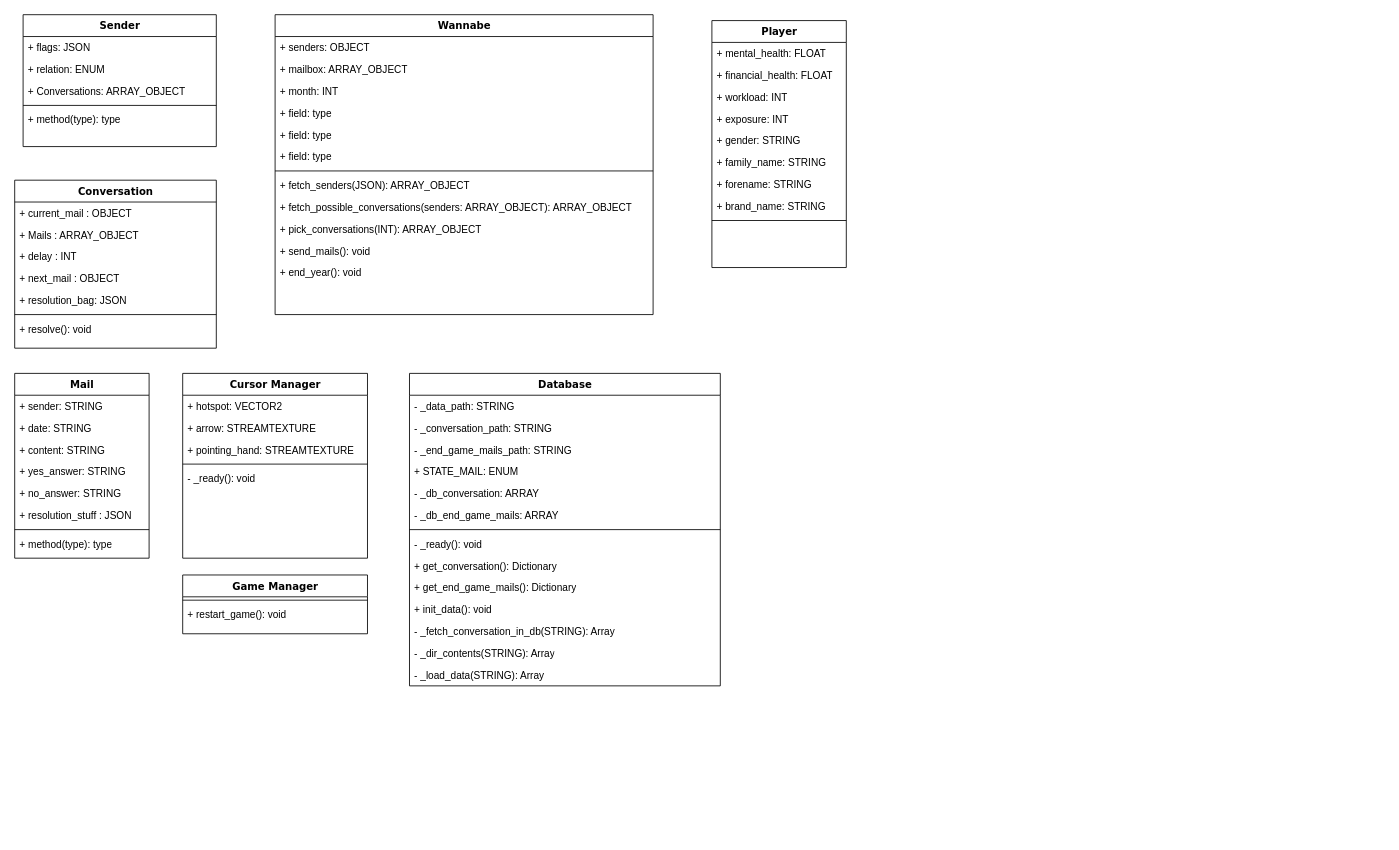
Above: YesMan/Diagramme sans nom.drawio in Daydreel/YesHuman (draw.io), before the change. Source tidied: cells renumbered, new cells numbered last; positions are measured from the earlier drawing's top-left corner, leaving out a move shared by most shapes. Both pictures are drawn from the tidied source at 84%, with x=0, y=0 at pixel (14, 14).
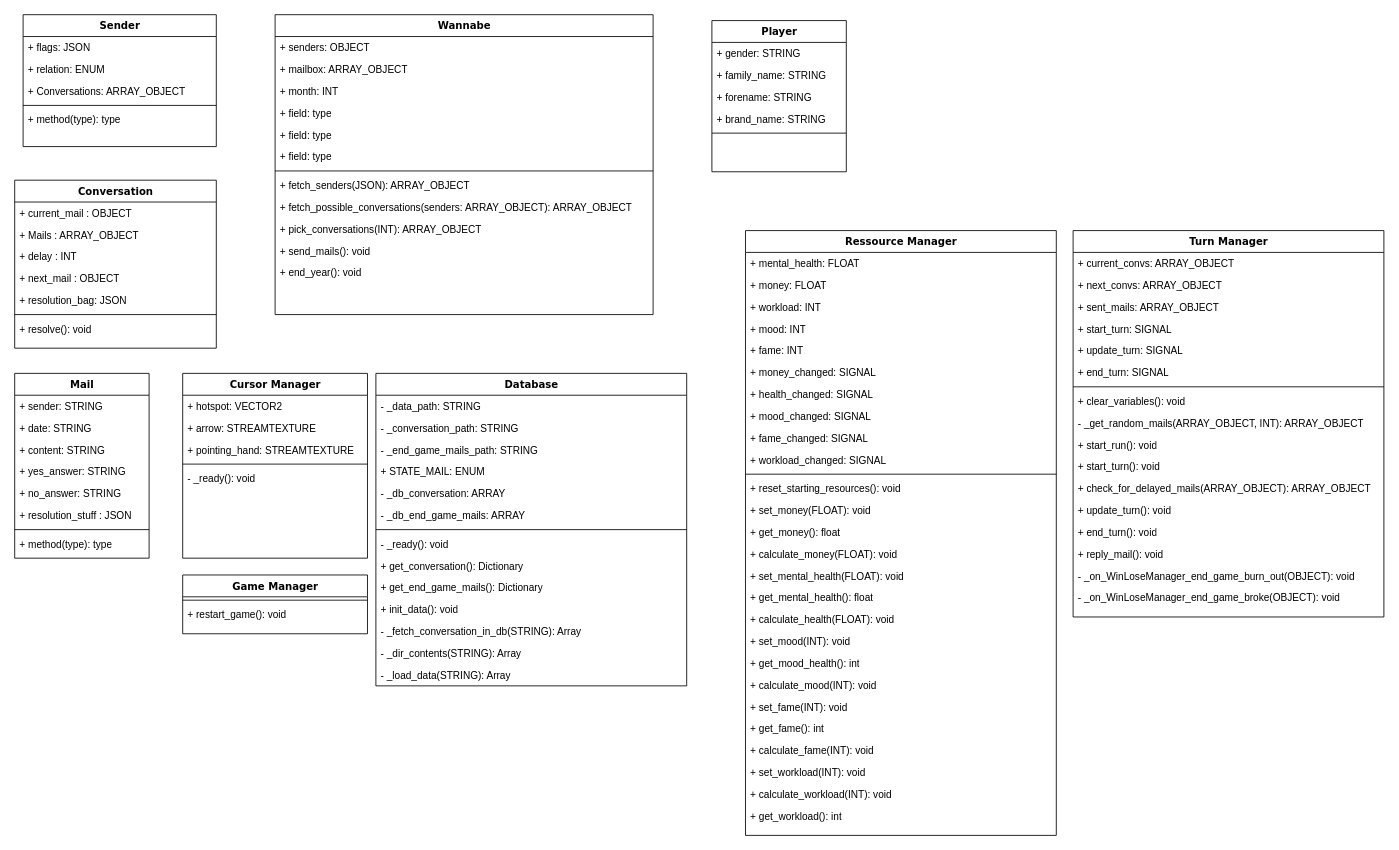
The same diagram, later.

Commit message:
Resource manager + Turn manager in UML

The edit, as a diff of the source:
```diff
@@
     <mxCell id="21" value="Player" style="swimlane;html=1;fontStyle=1;align=center;verticalAlign=top;horizontal=1;startSize=26;swimlaneFillColor=#ffffff;rounded=0;shadow=0;comic=0;labelBackgroundColor=none;strokeWidth=1;fillColor=none;fontFamily=Verdana;fontSize=12;" parent="1" vertex="1">
-      <mxGeometry x="830" y="7" width="160" height="294" as="geometry" />
+      <mxGeometry x="830" y="7" width="160" height="180" as="geometry" />
     </mxCell>
-    <mxCell id="22" value="+ mental_health: FLOAT" style="text;html=1;strokeColor=none;fillColor=none;align=left;verticalAlign=top;spacingLeft=4;spacingRight=4;whiteSpace=wrap;overflow=hidden;" parent="21" vertex="1">
-      <mxGeometry y="26" width="160" height="26" as="geometry" />
-    </mxCell>
-    <mxCell id="23" value="+ financial_health: FLOAT" style="text;html=1;strokeColor=none;fillColor=none;align=left;verticalAlign=top;spacingLeft=4;spacingRight=4;whiteSpace=wrap;overflow=hidden;" parent="21" vertex="1">
-      <mxGeometry y="52" width="160" height="26" as="geometry" />
-    </mxCell>
-    <mxCell id="24" value="+ workload: INT" style="text;html=1;strokeColor=none;fillColor=none;align=left;verticalAlign=top;spacingLeft=4;spacingRight=4;whiteSpace=wrap;overflow=hidden;" parent="21" vertex="1">
-      <mxGeometry y="78" width="160" height="26" as="geometry" />
-    </mxCell>
-    <mxCell id="25" value="+ exposure: INT" style="text;html=1;strokeColor=none;fillColor=none;align=left;verticalAlign=top;spacingLeft=4;spacingRight=4;whiteSpace=wrap;overflow=hidden;" parent="21" vertex="1">
-      <mxGeometry y="104" width="160" height="26" as="geometry" />
-    </mxCell>
     <mxCell id="26" value="+ gender: STRING" style="text;html=1;strokeColor=none;fillColor=none;align=left;verticalAlign=top;spacingLeft=4;spacingRight=4;whiteSpace=wrap;overflow=hidden;" parent="21" vertex="1">
-      <mxGeometry y="130" width="160" height="26" as="geometry" />
+      <mxGeometry y="26" width="160" height="26" as="geometry" />
     </mxCell>
     <mxCell id="27" value="+ family_name: STRING" style="text;html=1;strokeColor=none;fillColor=none;align=left;verticalAlign=top;spacingLeft=4;spacingRight=4;whiteSpace=wrap;overflow=hidden;" parent="21" vertex="1">
-      <mxGeometry y="156" width="160" height="26" as="geometry" />
+      <mxGeometry y="52" width="160" height="26" as="geometry" />
     </mxCell>
     <mxCell id="28" value="+ forename: STRING" style="text;html=1;strokeColor=none;fillColor=none;align=left;verticalAlign=top;spacingLeft=4;spacingRight=4;whiteSpace=wrap;overflow=hidden;" parent="21" vertex="1">
-      <mxGeometry y="182" width="160" height="26" as="geometry" />
+      <mxGeometry y="78" width="160" height="26" as="geometry" />
     </mxCell>
     <mxCell id="29" value="+ brand_name: STRING" style="text;html=1;strokeColor=none;fillColor=none;align=left;verticalAlign=top;spacingLeft=4;spacingRight=4;whiteSpace=wrap;overflow=hidden;" parent="21" vertex="1">
-      <mxGeometry y="208" width="160" height="26" as="geometry" />
+      <mxGeometry y="104" width="160" height="26" as="geometry" />
     </mxCell>
     <mxCell id="30" style="line;html=1;strokeWidth=1;fillColor=none;align=left;verticalAlign=middle;spacingTop=-1;spacingLeft=3;spacingRight=3;labelPosition=right;" parent="21" vertex="1">
-      <mxGeometry y="234" width="160" height="8" as="geometry" />
+      <mxGeometry y="130" width="160" height="8" as="geometry" />
     </mxCell>
@@
     <mxCell id="54" value="Database" style="swimlane;html=1;fontStyle=1;align=center;verticalAlign=top;horizontal=1;startSize=26;swimlaneFillColor=#ffffff;rounded=0;shadow=0;comic=0;labelBackgroundColor=none;strokeWidth=1;fillColor=none;fontFamily=Verdana;fontSize=12;" parent="1" vertex="1">
-      <mxGeometry x="470" y="427" width="370" height="372" as="geometry" />
+      <mxGeometry x="430" y="427" width="370" height="372" as="geometry" />
     </mxCell>
@@
+    <mxCell id="72" value="Ressource Manager" style="swimlane;html=1;fontStyle=1;align=center;verticalAlign=top;horizontal=1;startSize=26;swimlaneFillColor=#ffffff;rounded=0;shadow=0;comic=0;labelBackgroundColor=none;strokeWidth=1;fillColor=none;fontFamily=Verdana;fontSize=12;" parent="1" vertex="1">
+      <mxGeometry x="870" y="257" width="370" height="720" as="geometry" />
+    </mxCell>
+    <mxCell id="22" value="+ mental_health: FLOAT" style="text;html=1;strokeColor=none;fillColor=none;align=left;verticalAlign=top;spacingLeft=4;spacingRight=4;whiteSpace=wrap;overflow=hidden;" parent="72" vertex="1">
+      <mxGeometry y="26" width="370" height="26" as="geometry" />
+    </mxCell>
+    <mxCell id="73" value="+ money: FLOAT" style="text;html=1;strokeColor=none;fillColor=none;align=left;verticalAlign=top;spacingLeft=4;spacingRight=4;whiteSpace=wrap;overflow=hidden;" parent="72" vertex="1">
+      <mxGeometry y="52" width="370" height="26" as="geometry" />
+    </mxCell>
+    <mxCell id="24" value="+ workload: INT" style="text;html=1;strokeColor=none;fillColor=none;align=left;verticalAlign=top;spacingLeft=4;spacingRight=4;whiteSpace=wrap;overflow=hidden;" parent="72" vertex="1">
+      <mxGeometry y="78" width="370" height="26" as="geometry" />
+    </mxCell>
+    <mxCell id="74" value="+ mood: INT" style="text;html=1;strokeColor=none;fillColor=none;align=left;verticalAlign=top;spacingLeft=4;spacingRight=4;whiteSpace=wrap;overflow=hidden;" parent="72" vertex="1">
+      <mxGeometry y="104" width="370" height="26" as="geometry" />
+    </mxCell>
+    <mxCell id="75" value="+ fame: INT" style="text;html=1;strokeColor=none;fillColor=none;align=left;verticalAlign=top;spacingLeft=4;spacingRight=4;whiteSpace=wrap;overflow=hidden;" parent="72" vertex="1">
+      <mxGeometry y="130" width="370" height="26" as="geometry" />
+    </mxCell>
+    <mxCell id="76" value="+ money_changed: SIGNAL" style="text;html=1;strokeColor=none;fillColor=none;align=left;verticalAlign=top;spacingLeft=4;spacingRight=4;whiteSpace=wrap;overflow=hidden;" parent="72" vertex="1">
+      <mxGeometry y="156" width="370" height="26" as="geometry" />
+    </mxCell>
+    <mxCell id="77" value="+ health_changed: SIGNAL" style="text;html=1;strokeColor=none;fillColor=none;align=left;verticalAlign=top;spacingLeft=4;spacingRight=4;whiteSpace=wrap;overflow=hidden;" parent="72" vertex="1">
+      <mxGeometry y="182" width="370" height="26" as="geometry" />
+    </mxCell>
+    <mxCell id="78" value="+ mood_changed: SIGNAL" style="text;html=1;strokeColor=none;fillColor=none;align=left;verticalAlign=top;spacingLeft=4;spacingRight=4;whiteSpace=wrap;overflow=hidden;" parent="72" vertex="1">
+      <mxGeometry y="208" width="370" height="26" as="geometry" />
+    </mxCell>
+    <mxCell id="79" value="+ fame_changed: SIGNAL" style="text;html=1;strokeColor=none;fillColor=none;align=left;verticalAlign=top;spacingLeft=4;spacingRight=4;whiteSpace=wrap;overflow=hidden;" parent="72" vertex="1">
+      <mxGeometry y="234" width="370" height="26" as="geometry" />
+    </mxCell>
+    <mxCell id="80" value="+ workload_changed: SIGNAL" style="text;html=1;strokeColor=none;fillColor=none;align=left;verticalAlign=top;spacingLeft=4;spacingRight=4;whiteSpace=wrap;overflow=hidden;" parent="72" vertex="1">
+      <mxGeometry y="260" width="370" height="26" as="geometry" />
+    </mxCell>
+    <mxCell id="81" style="line;html=1;strokeWidth=1;fillColor=none;align=left;verticalAlign=middle;spacingTop=-1;spacingLeft=3;spacingRight=3;labelPosition=right;" parent="72" vertex="1">
+      <mxGeometry y="286" width="370" height="8" as="geometry" />
+    </mxCell>
+    <mxCell id="82" value="+ reset_starting_resources(): void" style="text;html=1;strokeColor=none;fillColor=none;align=left;verticalAlign=top;spacingLeft=4;spacingRight=4;whiteSpace=wrap;overflow=hidden;" parent="72" vertex="1">
+      <mxGeometry y="294" width="370" height="26" as="geometry" />
+    </mxCell>
+    <mxCell id="83" value="+ set_money(FLOAT): void" style="text;html=1;strokeColor=none;fillColor=none;align=left;verticalAlign=top;spacingLeft=4;spacingRight=4;whiteSpace=wrap;overflow=hidden;" parent="72" vertex="1">
+      <mxGeometry y="320" width="370" height="26" as="geometry" />
+    </mxCell>
+    <mxCell id="84" value="+ get_money(): float" style="text;html=1;strokeColor=none;fillColor=none;align=left;verticalAlign=top;spacingLeft=4;spacingRight=4;whiteSpace=wrap;overflow=hidden;" parent="72" vertex="1">
+      <mxGeometry y="346" width="370" height="26" as="geometry" />
+    </mxCell>
+    <mxCell id="85" value="+ calculate_money(FLOAT): void" style="text;html=1;strokeColor=none;fillColor=none;align=left;verticalAlign=top;spacingLeft=4;spacingRight=4;whiteSpace=wrap;overflow=hidden;" parent="72" vertex="1">
+      <mxGeometry y="372" width="370" height="26" as="geometry" />
+    </mxCell>
+    <mxCell id="86" value="+ set_mental_health(FLOAT): void" style="text;html=1;strokeColor=none;fillColor=none;align=left;verticalAlign=top;spacingLeft=4;spacingRight=4;whiteSpace=wrap;overflow=hidden;" parent="72" vertex="1">
+      <mxGeometry y="398" width="370" height="26" as="geometry" />
+    </mxCell>
+    <mxCell id="87" value="+ get_mental_health(): float" style="text;html=1;strokeColor=none;fillColor=none;align=left;verticalAlign=top;spacingLeft=4;spacingRight=4;whiteSpace=wrap;overflow=hidden;" parent="72" vertex="1">
+      <mxGeometry y="424" width="370" height="26" as="geometry" />
+    </mxCell>
+    <mxCell id="88" value="+ calculate_health(FLOAT): void" style="text;html=1;strokeColor=none;fillColor=none;align=left;verticalAlign=top;spacingLeft=4;spacingRight=4;whiteSpace=wrap;overflow=hidden;" parent="72" vertex="1">
+      <mxGeometry y="450" width="370" height="26" as="geometry" />
+    </mxCell>
+    <mxCell id="89" value="+ set_mood(INT): void" style="text;html=1;strokeColor=none;fillColor=none;align=left;verticalAlign=top;spacingLeft=4;spacingRight=4;whiteSpace=wrap;overflow=hidden;" parent="72" vertex="1">
+      <mxGeometry y="476" width="370" height="26" as="geometry" />
+    </mxCell>
+    <mxCell id="90" value="+ get_mood_health(): int" style="text;html=1;strokeColor=none;fillColor=none;align=left;verticalAlign=top;spacingLeft=4;spacingRight=4;whiteSpace=wrap;overflow=hidden;" parent="72" vertex="1">
+      <mxGeometry y="502" width="370" height="26" as="geometry" />
+    </mxCell>
+    <mxCell id="91" value="+ calculate_mood(INT): void" style="text;html=1;strokeColor=none;fillColor=none;align=left;verticalAlign=top;spacingLeft=4;spacingRight=4;whiteSpace=wrap;overflow=hidden;" parent="72" vertex="1">
+      <mxGeometry y="528" width="370" height="26" as="geometry" />
+    </mxCell>
+    <mxCell id="92" value="+ set_fame(INT): void" style="text;html=1;strokeColor=none;fillColor=none;align=left;verticalAlign=top;spacingLeft=4;spacingRight=4;whiteSpace=wrap;overflow=hidden;" parent="72" vertex="1">
+      <mxGeometry y="554" width="370" height="26" as="geometry" />
+    </mxCell>
+    <mxCell id="93" value="+ get_fame(): int" style="text;html=1;strokeColor=none;fillColor=none;align=left;verticalAlign=top;spacingLeft=4;spacingRight=4;whiteSpace=wrap;overflow=hidden;" parent="72" vertex="1">
+      <mxGeometry y="580" width="370" height="26" as="geometry" />
+    </mxCell>
+    <mxCell id="94" value="+ calculate_fame(INT): void" style="text;html=1;strokeColor=none;fillColor=none;align=left;verticalAlign=top;spacingLeft=4;spacingRight=4;whiteSpace=wrap;overflow=hidden;" parent="72" vertex="1">
+      <mxGeometry y="606" width="370" height="26" as="geometry" />
+    </mxCell>
+    <mxCell id="95" value="+ set_workload(INT): void" style="text;html=1;strokeColor=none;fillColor=none;align=left;verticalAlign=top;spacingLeft=4;spacingRight=4;whiteSpace=wrap;overflow=hidden;" parent="72" vertex="1">
+      <mxGeometry y="632" width="370" height="26" as="geometry" />
+    </mxCell>
+    <mxCell id="96" value="+ calculate_workload(INT): void" style="text;html=1;strokeColor=none;fillColor=none;align=left;verticalAlign=top;spacingLeft=4;spacingRight=4;whiteSpace=wrap;overflow=hidden;" parent="72" vertex="1">
+      <mxGeometry y="658" width="370" height="26" as="geometry" />
+    </mxCell>
+    <mxCell id="97" value="+ get_workload(): int" style="text;html=1;strokeColor=none;fillColor=none;align=left;verticalAlign=top;spacingLeft=4;spacingRight=4;whiteSpace=wrap;overflow=hidden;" parent="72" vertex="1">
+      <mxGeometry y="684" width="370" height="26" as="geometry" />
+    </mxCell>
+    <mxCell id="98" value="Turn Manager" style="swimlane;html=1;fontStyle=1;align=center;verticalAlign=top;horizontal=1;startSize=26;swimlaneFillColor=#ffffff;rounded=0;shadow=0;comic=0;labelBackgroundColor=none;strokeWidth=1;fillColor=none;fontFamily=Verdana;fontSize=12;" parent="1" vertex="1">
+      <mxGeometry x="1260" y="257" width="370" height="460" as="geometry" />
+    </mxCell>
+    <mxCell id="99" value="+ current_convs: ARRAY_OBJECT" style="text;html=1;strokeColor=none;fillColor=none;align=left;verticalAlign=top;spacingLeft=4;spacingRight=4;whiteSpace=wrap;overflow=hidden;" parent="98" vertex="1">
+      <mxGeometry y="26" width="370" height="26" as="geometry" />
+    </mxCell>
+    <mxCell id="100" value="+ next_convs: ARRAY_OBJECT" style="text;html=1;strokeColor=none;fillColor=none;align=left;verticalAlign=top;spacingLeft=4;spacingRight=4;whiteSpace=wrap;overflow=hidden;" parent="98" vertex="1">
+      <mxGeometry y="52" width="370" height="26" as="geometry" />
+    </mxCell>
+    <mxCell id="101" value="+ sent_mails: ARRAY_OBJECT" style="text;html=1;strokeColor=none;fillColor=none;align=left;verticalAlign=top;spacingLeft=4;spacingRight=4;whiteSpace=wrap;overflow=hidden;" parent="98" vertex="1">
+      <mxGeometry y="78" width="370" height="26" as="geometry" />
+    </mxCell>
+    <mxCell id="102" value="+ start_turn: SIGNAL" style="text;html=1;strokeColor=none;fillColor=none;align=left;verticalAlign=top;spacingLeft=4;spacingRight=4;whiteSpace=wrap;overflow=hidden;" parent="98" vertex="1">
+      <mxGeometry y="104" width="370" height="26" as="geometry" />
+    </mxCell>
+    <mxCell id="103" value="+ update_turn: SIGNAL" style="text;html=1;strokeColor=none;fillColor=none;align=left;verticalAlign=top;spacingLeft=4;spacingRight=4;whiteSpace=wrap;overflow=hidden;" parent="98" vertex="1">
+      <mxGeometry y="130" width="370" height="26" as="geometry" />
+    </mxCell>
+    <mxCell id="104" value="+ end_turn: SIGNAL" style="text;html=1;strokeColor=none;fillColor=none;align=left;verticalAlign=top;spacingLeft=4;spacingRight=4;whiteSpace=wrap;overflow=hidden;" parent="98" vertex="1">
+      <mxGeometry y="156" width="370" height="26" as="geometry" />
+    </mxCell>
+    <mxCell id="105" style="line;html=1;strokeWidth=1;fillColor=none;align=left;verticalAlign=middle;spacingTop=-1;spacingLeft=3;spacingRight=3;labelPosition=right;" parent="98" vertex="1">
+      <mxGeometry y="182" width="370" height="8" as="geometry" />
+    </mxCell>
+    <mxCell id="106" value="+ clear_variables(): void" style="text;html=1;strokeColor=none;fillColor=none;align=left;verticalAlign=top;spacingLeft=4;spacingRight=4;whiteSpace=wrap;overflow=hidden;" parent="98" vertex="1">
+      <mxGeometry y="190" width="370" height="26" as="geometry" />
+    </mxCell>
+    <mxCell id="107" value="- _get_random_mails(ARRAY_OBJECT, INT): ARRAY_OBJECT" style="text;html=1;strokeColor=none;fillColor=none;align=left;verticalAlign=top;spacingLeft=4;spacingRight=4;whiteSpace=wrap;overflow=hidden;" parent="98" vertex="1">
+      <mxGeometry y="216" width="370" height="26" as="geometry" />
+    </mxCell>
+    <mxCell id="108" value="+ start_run(): void" style="text;html=1;strokeColor=none;fillColor=none;align=left;verticalAlign=top;spacingLeft=4;spacingRight=4;whiteSpace=wrap;overflow=hidden;" parent="98" vertex="1">
+      <mxGeometry y="242" width="370" height="26" as="geometry" />
+    </mxCell>
+    <mxCell id="109" value="+ start_turn(): void" style="text;html=1;strokeColor=none;fillColor=none;align=left;verticalAlign=top;spacingLeft=4;spacingRight=4;whiteSpace=wrap;overflow=hidden;" parent="98" vertex="1">
+      <mxGeometry y="268" width="370" height="26" as="geometry" />
+    </mxCell>
+    <mxCell id="110" value="+ check_for_delayed_mails(ARRAY_OBJECT): ARRAY_OBJECT" style="text;html=1;strokeColor=none;fillColor=none;align=left;verticalAlign=top;spacingLeft=4;spacingRight=4;whiteSpace=wrap;overflow=hidden;" parent="98" vertex="1">
+      <mxGeometry y="294" width="370" height="26" as="geometry" />
+    </mxCell>
+    <mxCell id="111" value="+ update_turn(): void" style="text;html=1;strokeColor=none;fillColor=none;align=left;verticalAlign=top;spacingLeft=4;spacingRight=4;whiteSpace=wrap;overflow=hidden;" parent="98" vertex="1">
+      <mxGeometry y="320" width="370" height="26" as="geometry" />
+    </mxCell>
+    <mxCell id="112" value="+ end_turn(): void" style="text;html=1;strokeColor=none;fillColor=none;align=left;verticalAlign=top;spacingLeft=4;spacingRight=4;whiteSpace=wrap;overflow=hidden;" parent="98" vertex="1">
+      <mxGeometry y="346" width="370" height="26" as="geometry" />
+    </mxCell>
+    <mxCell id="113" value="+ reply_mail(): void" style="text;html=1;strokeColor=none;fillColor=none;align=left;verticalAlign=top;spacingLeft=4;spacingRight=4;whiteSpace=wrap;overflow=hidden;" parent="98" vertex="1">
+      <mxGeometry y="372" width="370" height="26" as="geometry" />
+    </mxCell>
+    <mxCell id="114" value="- _on_WinLoseManager_end_game_burn_out(OBJECT): void" style="text;html=1;strokeColor=none;fillColor=none;align=left;verticalAlign=top;spacingLeft=4;spacingRight=4;whiteSpace=wrap;overflow=hidden;" parent="98" vertex="1">
+      <mxGeometry y="398" width="370" height="26" as="geometry" />
+    </mxCell>
+    <mxCell id="115" value="- _on_WinLoseManager_end_game_broke(OBJECT): void" style="text;html=1;strokeColor=none;fillColor=none;align=left;verticalAlign=top;spacingLeft=4;spacingRight=4;whiteSpace=wrap;overflow=hidden;" parent="98" vertex="1">
+      <mxGeometry y="424" width="370" height="26" as="geometry" />
+    </mxCell>
```
